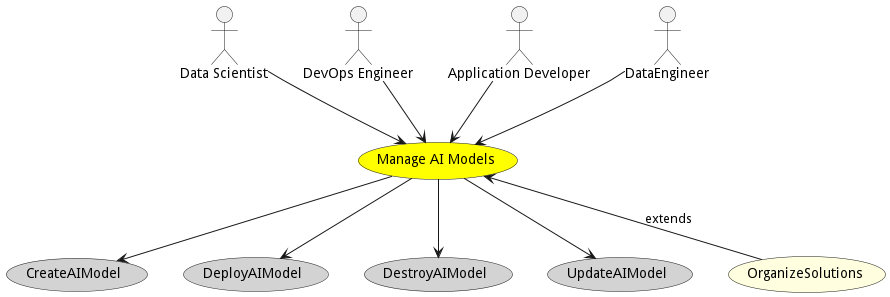
The PlantUML diagram docs/edgemere/aml/usecases/ManageAIModels/Activities.png in madajaju/edgemere, before a commit. Its diagram source:
```plantuml
@startuml


usecase "Manage AI Models" as ManageAIModels #yellow

Actor "Data Scientist" as DataScientist

DataScientist --> ManageAIModels

Actor "DevOps Engineer" as DevOpsEngineer

DevOpsEngineer --> ManageAIModels

Actor "Application Developer" as ApplicationDeveloper

ApplicationDeveloper --> ManageAIModels

Actor "DataEngineer" as DataEngineer

DataEngineer --> ManageAIModels



usecase "CreateAIModel" as CreateAIModel #lightgrey

ManageAIModels --> CreateAIModel

usecase "DeployAIModel" as DeployAIModel #lightgrey

ManageAIModels --> DeployAIModel

usecase "DestroyAIModel" as DestroyAIModel #lightgrey

ManageAIModels --> DestroyAIModel

usecase "UpdateAIModel" as UpdateAIModel #lightgrey

ManageAIModels --> UpdateAIModel



usecase "OrganizeSolutions" as OrganizeSolutions #lightyellow

ManageAIModels <-- OrganizeSolutions : extends







@enduml
```
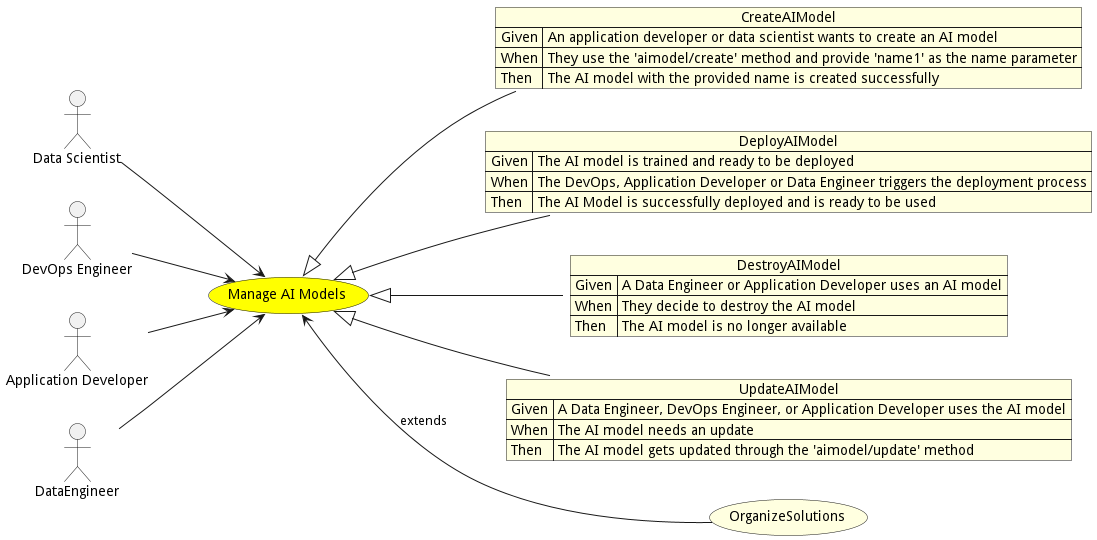
Above is the later version.

What changed in the source:
```diff
@@ -1,5 +1,7 @@
 @startuml
 
+
+left to right direction
 
 usecase "Manage AI Models" as ManageAIModels #yellow
 
@@ -21,21 +23,37 @@
 
 
 
-usecase "CreateAIModel" as CreateAIModel #lightgrey
+json CreateAIModel #lightyellow {
+    "Given": "An application developer or data scientist wants to create an AI model",
+    "When": "They use the &#39;aimodel/create&#39; method and provide &#39;name1&#39; as the name parameter",
+    "Then": "The AI model with the provided name is created successfully"
+}
 
-ManageAIModels --> CreateAIModel
+ManageAIModels <|-- CreateAIModel
 
-usecase "DeployAIModel" as DeployAIModel #lightgrey
+json DeployAIModel #lightyellow {
+    "Given": "The AI model is trained and ready to be deployed",
+    "When": "The DevOps, Application Developer or Data Engineer triggers the deployment process",
+    "Then": "The AI Model is successfully deployed and is ready to be used"
+}
 
-ManageAIModels --> DeployAIModel
+ManageAIModels <|-- DeployAIModel
 
-usecase "DestroyAIModel" as DestroyAIModel #lightgrey
+json DestroyAIModel #lightyellow {
+    "Given": "A Data Engineer or Application Developer uses an AI model",
+    "When": "They decide to destroy the AI model",
+    "Then": "The AI model is no longer available"
+}
 
-ManageAIModels --> DestroyAIModel
+ManageAIModels <|-- DestroyAIModel
 
-usecase "UpdateAIModel" as UpdateAIModel #lightgrey
+json UpdateAIModel #lightyellow {
+    "Given": "A Data Engineer, DevOps Engineer, or Application Developer uses the AI model",
+    "When": "The AI model needs an update",
+    "Then": "The AI model gets updated through the &#39;aimodel/update&#39; method"
+}
 
-ManageAIModels --> UpdateAIModel
+ManageAIModels <|-- UpdateAIModel
 
 
 
```
